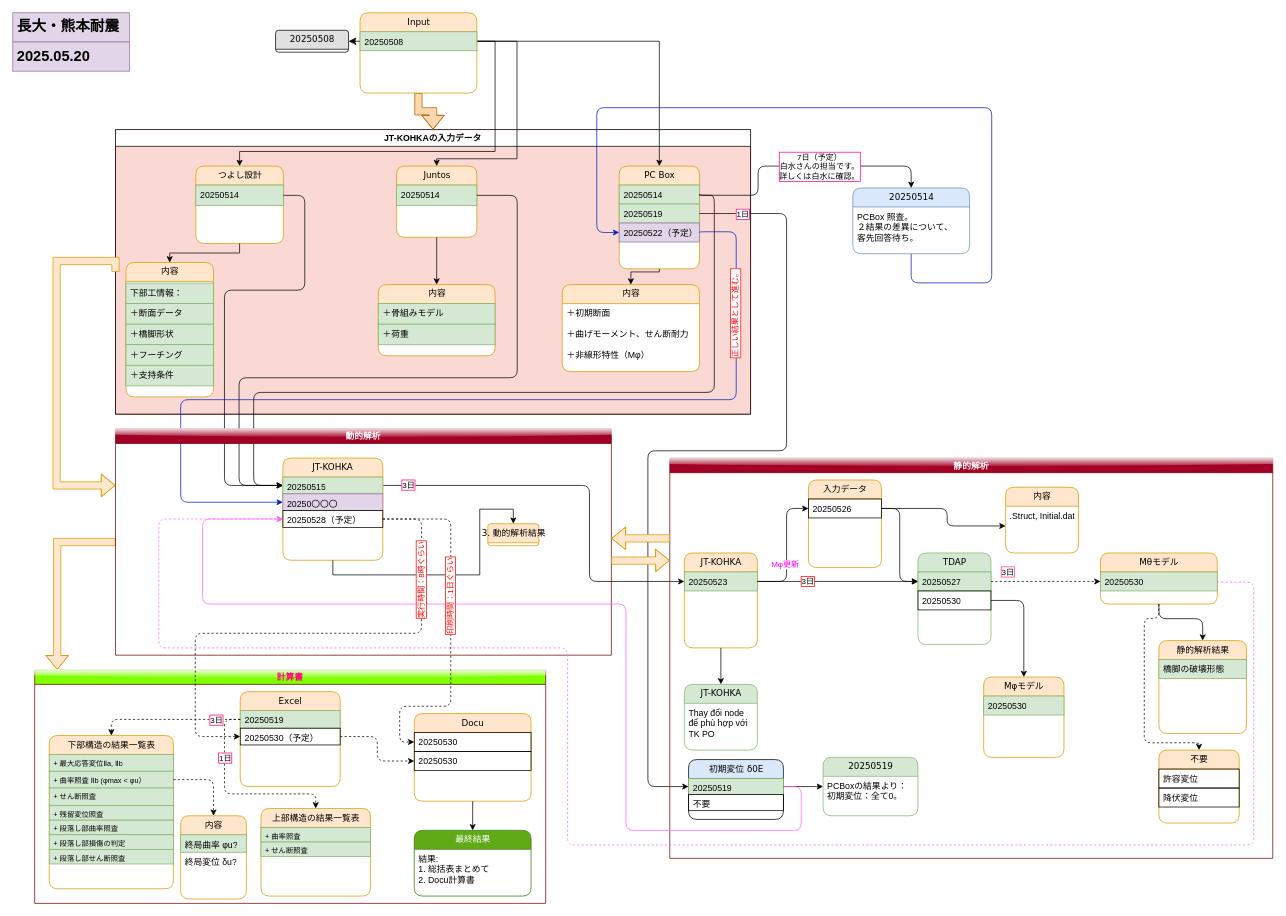
This is 長大・熊本耐震/耐震設計/Untitled Diagram.drawio from nnh92/Juntos.co, a draw.io file, before an edit. Source tidied: cells renumbered, new cells numbered last; positions are measured from the earlier drawing's top-left corner, leaving out a move shared by most shapes. Both pictures are drawn from the tidied source at 73%, with x=0, y=0 at pixel (12, 12).
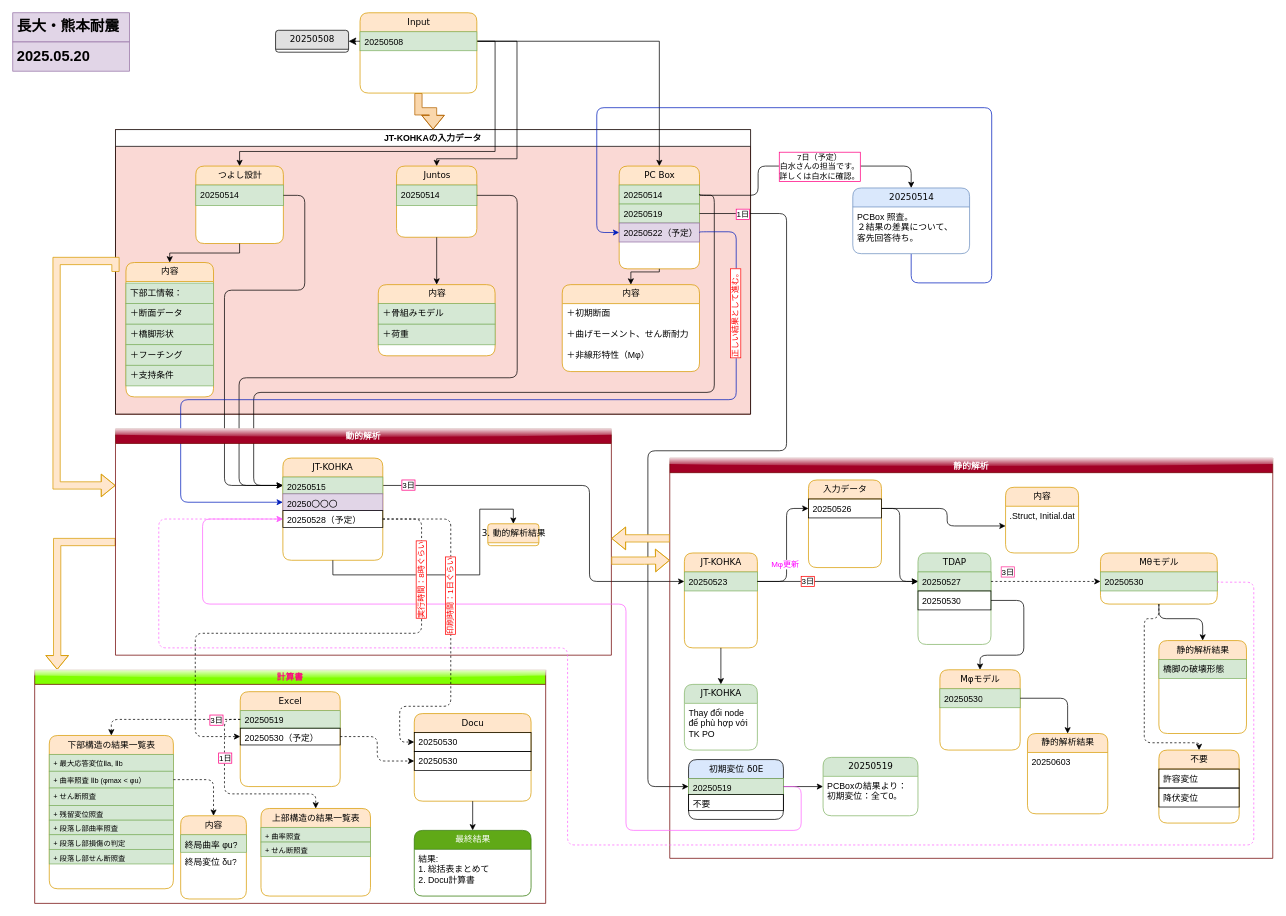
The same page after the edit.

The change refers to these unchanged cells:
```xml
<mxCell id="47" value="静的解析" style="swimlane;startSize=20;horizontal=1;containerType=tree;textShadow=0;labelBorderColor=none;labelBackgroundColor=none;fillColor=#a20025;strokeColor=#6F0000;glass=1;fontColor=#ffffff;" parent="1" vertex="1">
  <mxGeometry x="900" y="610" width="826" height="548.3" as="geometry" />
</mxCell>
<mxCell id="50" value="20250530" style="text;html=1;strokeColor=default;fillColor=none;spacingLeft=4;spacingRight=4;whiteSpace=wrap;overflow=hidden;points=[[0,0.5],[1,0.5]];portConstraint=eastwest;" parent="48" vertex="1">
  <mxGeometry y="52" width="100" height="26" as="geometry" />
</mxCell>
<mxCell id="84" value="20250530" style="text;html=1;strokeColor=#82b366;fillColor=#d5e8d4;spacingLeft=4;spacingRight=4;whiteSpace=wrap;overflow=hidden;points=[[0,0.5],[1,0.5]];portConstraint=eastwest;" parent="83" vertex="1">
  <mxGeometry y="26" width="110" height="26" as="geometry" />
</mxCell>
```

Change to the diagram source:
```diff
@@
     <mxCell id="83" value="Mφモデル" style="swimlane;html=1;fontStyle=0;horizontal=1;startSize=26;fillColor=#ffe6cc;swimlaneFillColor=#ffffff;align=center;rounded=1;shadow=0;comic=0;labelBackgroundColor=none;strokeWidth=1;fontFamily=Verdana;fontSize=12;strokeColor=#d79b00;" parent="47" vertex="1">
-      <mxGeometry x="430" y="300" width="110" height="110" as="geometry" />
+      <mxGeometry x="370" y="290" width="110" height="110" as="geometry" />
     </mxCell>
@@
     <mxCell id="85" style="edgeStyle=orthogonalEdgeStyle;rounded=1;jettySize=auto;html=1;entryX=0.5;entryY=0;entryDx=0;entryDy=0;curved=0;exitX=1;exitY=0.5;exitDx=0;exitDy=0;" parent="47" edge="1" source="50" target="83">
       <mxGeometry relative="1" as="geometry">
         <Array as="points">
           <mxPoint x="485" y="195" />
+          <mxPoint x="485" y="270" />
+          <mxPoint x="425" y="270" />
         </Array>
       </mxGeometry>
     </mxCell>
+    <mxCell id="141" style="edgeStyle=orthogonalEdgeStyle;rounded=1;jettySize=auto;html=1;entryX=0.5;entryY=0;entryDx=0;entryDy=0;curved=0;exitX=1;exitY=0.5;exitDx=0;exitDy=0;" parent="47" edge="1" source="84" target="142">
+      <mxGeometry relative="1" as="geometry">
+        <Array as="points">
+          <mxPoint x="545" y="329" />
+        </Array>
+      </mxGeometry>
+    </mxCell>
+    <mxCell id="142" value="静的解析結果" style="swimlane;html=1;fontStyle=0;horizontal=1;startSize=26;swimlaneFillColor=#ffffff;align=center;rounded=1;shadow=0;comic=0;labelBackgroundColor=none;strokeWidth=1;fontFamily=Verdana;fontSize=12;fillColor=#ffe6cc;strokeColor=#d79b00;" parent="47" vertex="1">
+      <mxGeometry x="490" y="377.3" width="110" height="110" as="geometry" />
+    </mxCell>
+    <mxCell id="143" value="20250603" style="text;html=1;spacingLeft=4;spacingRight=4;whiteSpace=wrap;overflow=hidden;" parent="142" vertex="1">
+      <mxGeometry y="26" width="110" height="26" as="geometry" />
+    </mxCell>
```
